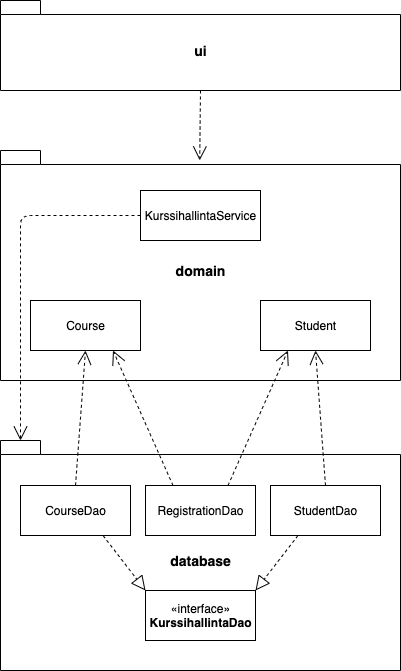
This is dokumentointi/kuvat/pakkauskaavio.png from okkokuisma/ot-harjoitustyo, a draw.io export, as it was before one commit. Source tidied: cells renumbered, new cells last; positions are measured from the earlier drawing's top-left corner, leaving out a move shared by most shapes.
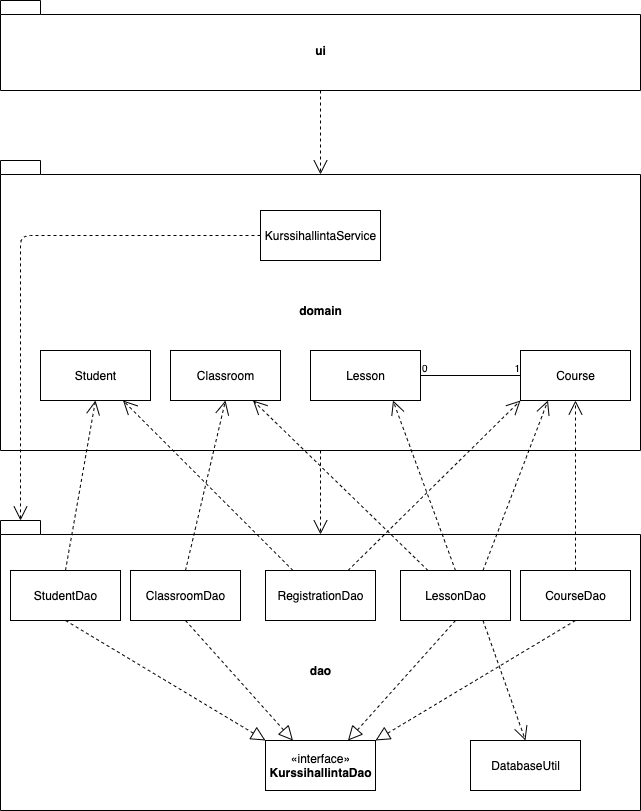
After the commit.

The edit, as a diff of the source:
```diff
@@ -2,63 +2,113 @@
   <root>
     <mxCell id="0" />
     <mxCell id="1" parent="0" />
+    <mxCell id="20" value="dao" style="shape=folder;fontStyle=1;spacingTop=10;tabWidth=40;tabHeight=14;tabPosition=left;html=1;" parent="1" vertex="1">
+      <mxGeometry x="-160" y="450" width="640" height="290" as="geometry" />
+    </mxCell>
+    <mxCell id="3" value="domain" style="shape=folder;fontStyle=1;spacingTop=10;tabWidth=40;tabHeight=14;tabPosition=left;html=1;" parent="1" vertex="1">
+      <mxGeometry x="-160" y="90" width="640" height="290" as="geometry" />
+    </mxCell>
-    <mxCell id="2" value="&lt;font style=&quot;font-size: 14px&quot;&gt;ui&lt;/font&gt;" style="shape=folder;fontStyle=1;spacingTop=10;tabWidth=40;tabHeight=14;tabPosition=left;html=1;" parent="1" vertex="1">
-      <mxGeometry width="400" height="90" as="geometry" />
+    <mxCell id="2" value="ui" style="shape=folder;fontStyle=1;spacingTop=10;tabWidth=40;tabHeight=14;tabPosition=left;html=1;" parent="1" vertex="1">
+      <mxGeometry x="-160" y="-70" width="640" height="90" as="geometry" />
     </mxCell>
-    <mxCell id="3" value="&lt;font style=&quot;font-size: 14px&quot;&gt;domain&lt;/font&gt;" style="shape=folder;fontStyle=1;spacingTop=10;tabWidth=40;tabHeight=14;tabPosition=left;html=1;" parent="1" vertex="1">
-      <mxGeometry y="150" width="400" height="230" as="geometry" />
-    </mxCell>
-    <mxCell id="4" value="&lt;font style=&quot;font-size: 14px&quot;&gt;database&lt;/font&gt;" style="shape=folder;fontStyle=1;spacingTop=10;tabWidth=40;tabHeight=14;tabPosition=left;html=1;" parent="1" vertex="1">
-      <mxGeometry y="440" width="400" height="230" as="geometry" />
-    </mxCell>
-    <mxCell id="5" value="KurssihallintaService" style="html=1;" parent="1" vertex="1">
-      <mxGeometry x="140" y="190" width="120" height="50" as="geometry" />
-    </mxCell>
-    <mxCell id="6" value="Course" style="html=1;" parent="1" vertex="1">
-      <mxGeometry x="30" y="300" width="110" height="50" as="geometry" />
-    </mxCell>
-    <mxCell id="7" value="Student" style="html=1;" parent="1" vertex="1">
-      <mxGeometry x="260" y="300" width="110" height="50" as="geometry" />
-    </mxCell>
+    <mxCell id="21" style="endArrow=open;endSize=12;dashed=1;html=1;exitX=0.5;exitY=1;exitDx=0;exitDy=0;exitPerimeter=0;entryX=0.5;entryY=0.048;entryDx=0;entryDy=0;entryPerimeter=0;" parent="1" edge="1" source="3" target="20">
+      <mxGeometry relative="1" as="geometry" />
+    </mxCell>
+    <mxCell id="12" style="endArrow=open;endSize=12;dashed=1;html=1;exitX=0.5;exitY=1;exitDx=0;exitDy=0;exitPerimeter=0;entryX=0.5;entryY=0.048;entryDx=0;entryDy=0;entryPerimeter=0;" parent="1" edge="1" source="2" target="3">
+      <mxGeometry relative="1" as="geometry" />
+    </mxCell>
+    <mxCell id="11" value="«interface»&lt;br&gt;&lt;b&gt;KurssihallintaDao&lt;/b&gt;" style="html=1;" parent="1" vertex="1">
+      <mxGeometry x="105" y="670" width="110" height="50" as="geometry" />
+    </mxCell>
+    <mxCell id="22" value="LessonDao" style="html=1;" parent="1" vertex="1">
+      <mxGeometry x="240" y="500" width="110" height="50" as="geometry" />
+    </mxCell>
     <mxCell id="8" value="CourseDao" style="html=1;" parent="1" vertex="1">
-      <mxGeometry x="20" y="485" width="110" height="50" as="geometry" />
+      <mxGeometry x="360" y="500" width="110" height="50" as="geometry" />
     </mxCell>
     <mxCell id="9" value="StudentDao" style="html=1;" parent="1" vertex="1">
-      <mxGeometry x="270" y="485" width="110" height="50" as="geometry" />
+      <mxGeometry x="-150" y="500" width="110" height="50" as="geometry" />
     </mxCell>
+    <mxCell id="23" value="ClassroomDao" style="html=1;" parent="1" vertex="1">
+      <mxGeometry x="-30" y="500" width="110" height="50" as="geometry" />
+    </mxCell>
     <mxCell id="10" value="RegistrationDao" style="html=1;" parent="1" vertex="1">
-      <mxGeometry x="145" y="485" width="110" height="50" as="geometry" />
+      <mxGeometry x="105" y="500" width="110" height="50" as="geometry" />
     </mxCell>
-    <mxCell id="11" value="«interface»&lt;br&gt;&lt;b&gt;KurssihallintaDao&lt;/b&gt;" style="html=1;" parent="1" vertex="1">
-      <mxGeometry x="145" y="590" width="110" height="50" as="geometry" />
-    </mxCell>
-    <mxCell id="12" style="endArrow=open;endSize=12;dashed=1;html=1;exitX=0.5;exitY=1;exitDx=0;exitDy=0;exitPerimeter=0;entryX=0.498;entryY=0.043;entryDx=0;entryDy=0;entryPerimeter=0;" parent="1" edge="1" source="2" target="3">
-      <mxGeometry relative="1" as="geometry" />
-    </mxCell>
-    <mxCell id="13" style="endArrow=open;endSize=12;dashed=1;html=1;exitX=0.5;exitY=0;exitDx=0;exitDy=0;entryX=0.5;entryY=1;entryDx=0;entryDy=0;" parent="1" edge="1" source="9" target="7">
-      <mxGeometry relative="1" as="geometry" />
-    </mxCell>
+    <mxCell id="18" style="endArrow=block;dashed=1;endFill=0;endSize=12;html=1;exitX=0.5;exitY=1;exitDx=0;exitDy=0;entryX=0;entryY=0;entryDx=0;entryDy=0;" parent="1" edge="1" source="9" target="11">
+      <mxGeometry relative="1" as="geometry" />
+    </mxCell>
+    <mxCell id="24" style="endArrow=block;dashed=1;endFill=0;endSize=12;html=1;exitX=0.5;exitY=1;exitDx=0;exitDy=0;entryX=0.75;entryY=0;entryDx=0;entryDy=0;" parent="1" edge="1" source="22" target="11">
+      <mxGeometry relative="1" as="geometry" />
+    </mxCell>
+    <mxCell id="25" style="endArrow=block;dashed=1;endFill=0;endSize=12;html=1;exitX=0.5;exitY=1;exitDx=0;exitDy=0;entryX=0.25;entryY=0;entryDx=0;entryDy=0;" parent="1" edge="1" source="23" target="11">
+      <mxGeometry relative="1" as="geometry" />
+    </mxCell>
+    <mxCell id="17" style="endArrow=block;dashed=1;endFill=0;endSize=12;html=1;exitX=0.5;exitY=1;exitDx=0;exitDy=0;entryX=1;entryY=0;entryDx=0;entryDy=0;" parent="1" edge="1" source="8" target="11">
+      <mxGeometry relative="1" as="geometry" />
+    </mxCell>
+    <mxCell id="6" value="Course" style="html=1;" parent="1" vertex="1">
+      <mxGeometry x="360" y="280" width="110" height="50" as="geometry" />
+    </mxCell>
+    <mxCell id="26" value="Classroom" style="html=1;" parent="1" vertex="1">
+      <mxGeometry x="10" y="280" width="110" height="50" as="geometry" />
+    </mxCell>
+    <mxCell id="7" value="Student" style="html=1;" parent="1" vertex="1">
+      <mxGeometry x="-120" y="280" width="110" height="50" as="geometry" />
+    </mxCell>
+    <mxCell id="27" value="Lesson" style="html=1;" parent="1" vertex="1">
+      <mxGeometry x="150" y="280" width="110" height="50" as="geometry" />
+    </mxCell>
+    <mxCell id="5" value="KurssihallintaService" style="html=1;" parent="1" vertex="1">
+      <mxGeometry x="100" y="140" width="120" height="50" as="geometry" />
+    </mxCell>
+    <mxCell id="28" style="endArrow=none;html=1;edgeStyle=orthogonalEdgeStyle;entryX=0;entryY=0.5;entryDx=0;entryDy=0;" parent="1" edge="1" target="6">
+      <mxGeometry relative="1" as="geometry">
+        <mxPoint x="260" y="305" as="sourcePoint" />
+      </mxGeometry>
+    </mxCell>
+    <mxCell id="29" value="0" style="html=1;align=left;verticalAlign=bottom;labelBackgroundColor=#ffffff;fontSize=10;" parent="28" vertex="1">
+      <mxGeometry x="-1" relative="1" as="geometry" />
+    </mxCell>
+    <mxCell id="30" value="1" style="html=1;align=right;verticalAlign=bottom;labelBackgroundColor=#ffffff;fontSize=10;" parent="28" vertex="1">
+      <mxGeometry x="1" relative="1" as="geometry" />
+    </mxCell>
-    <mxCell id="14" style="endArrow=open;endSize=12;dashed=1;html=1;exitX=0.5;exitY=0;exitDx=0;exitDy=0;entryX=0.5;entryY=1;entryDx=0;entryDy=0;" parent="1" edge="1" source="8" target="6">
+    <mxCell id="14" style="endArrow=open;endSize=12;dashed=1;html=1;entryX=0.5;entryY=1;entryDx=0;entryDy=0;exitX=0.5;exitY=0;exitDx=0;exitDy=0;" parent="1" edge="1" source="8" target="6">
       <mxGeometry relative="1" as="geometry" />
     </mxCell>
-    <mxCell id="15" style="endArrow=open;endSize=12;dashed=1;html=1;exitX=0.25;exitY=0;exitDx=0;exitDy=0;entryX=0.75;entryY=1;entryDx=0;entryDy=0;" parent="1" edge="1" source="10" target="6">
+    <mxCell id="15" style="endArrow=open;endSize=12;dashed=1;html=1;entryX=0;entryY=1;entryDx=0;entryDy=0;exitX=0.75;exitY=0;exitDx=0;exitDy=0;" parent="1" edge="1" source="10" target="6">
       <mxGeometry relative="1" as="geometry" />
     </mxCell>
+    <mxCell id="31" style="endArrow=open;endSize=12;dashed=1;html=1;exitX=0.5;exitY=0;exitDx=0;exitDy=0;entryX=0.75;entryY=1;entryDx=0;entryDy=0;" parent="1" edge="1" source="22" target="27">
+      <mxGeometry relative="1" as="geometry" />
+    </mxCell>
+    <mxCell id="32" style="endArrow=open;endSize=12;dashed=1;html=1;entryX=0.25;entryY=1;entryDx=0;entryDy=0;exitX=0.75;exitY=0;exitDx=0;exitDy=0;" parent="1" edge="1" source="22" target="6">
+      <mxGeometry relative="1" as="geometry" />
+    </mxCell>
+    <mxCell id="33" style="endArrow=open;endSize=12;dashed=1;html=1;entryX=0.75;entryY=1;entryDx=0;entryDy=0;exitX=0.25;exitY=0;exitDx=0;exitDy=0;" parent="1" edge="1" source="22" target="26">
+      <mxGeometry relative="1" as="geometry" />
+    </mxCell>
+    <mxCell id="34" style="endArrow=open;endSize=12;dashed=1;html=1;entryX=0.5;entryY=1;entryDx=0;entryDy=0;exitX=0.5;exitY=0;exitDx=0;exitDy=0;" parent="1" edge="1" source="23" target="26">
+      <mxGeometry relative="1" as="geometry" />
+    </mxCell>
-    <mxCell id="16" style="endArrow=open;endSize=12;dashed=1;html=1;exitX=0.75;exitY=0;exitDx=0;exitDy=0;entryX=0.25;entryY=1;entryDx=0;entryDy=0;" parent="1" edge="1" source="10" target="7">
+    <mxCell id="16" style="endArrow=open;endSize=12;dashed=1;html=1;exitX=0.25;exitY=0;exitDx=0;exitDy=0;entryX=0.75;entryY=1;entryDx=0;entryDy=0;" parent="1" edge="1" source="10" target="7">
       <mxGeometry relative="1" as="geometry" />
     </mxCell>
-    <mxCell id="17" style="endArrow=block;dashed=1;endFill=0;endSize=12;html=1;entryX=0;entryY=0;entryDx=0;entryDy=0;exitX=0.75;exitY=1;exitDx=0;exitDy=0;" parent="1" edge="1" source="8" target="11">
-      <mxGeometry relative="1" as="geometry" />
-    </mxCell>
-    <mxCell id="18" style="endArrow=block;dashed=1;endFill=0;endSize=12;html=1;entryX=1;entryY=0;entryDx=0;entryDy=0;exitX=0.25;exitY=1;exitDx=0;exitDy=0;" parent="1" edge="1" source="9" target="11">
-      <mxGeometry relative="1" as="geometry" />
-    </mxCell>
-    <mxCell id="19" style="endArrow=open;endSize=12;dashed=1;html=1;exitX=0;exitY=0.5;exitDx=0;exitDy=0;entryX=0;entryY=0;entryDx=20;entryDy=0;entryPerimeter=0;" parent="1" edge="1" source="5" target="4">
-      <mxGeometry relative="1" as="geometry">
-        <Array as="points">
-          <mxPoint x="20" y="215" />
-        </Array>
-      </mxGeometry>
-    </mxCell>
+    <mxCell id="13" style="endArrow=open;endSize=12;dashed=1;html=1;entryX=0.5;entryY=1;entryDx=0;entryDy=0;exitX=0.5;exitY=0;exitDx=0;exitDy=0;" parent="1" edge="1" source="9" target="7">
+      <mxGeometry relative="1" as="geometry" />
+    </mxCell>
+    <mxCell id="35" style="endArrow=open;endSize=12;dashed=1;html=1;exitX=0;exitY=0.5;exitDx=0;exitDy=0;entryX=0;entryY=0;entryDx=20;entryDy=0;entryPerimeter=0;" parent="1" edge="1" source="5" target="20">
+      <mxGeometry relative="1" as="geometry">
+        <Array as="points">
+          <mxPoint x="-140" y="165" />
+        </Array>
+      </mxGeometry>
+    </mxCell>
+    <mxCell id="36" value="DatabaseUtil" style="html=1;" parent="1" vertex="1">
+      <mxGeometry x="310" y="670" width="110" height="50" as="geometry" />
+    </mxCell>
+    <mxCell id="37" style="endArrow=open;endSize=12;dashed=1;html=1;entryX=0.5;entryY=0;entryDx=0;entryDy=0;exitX=0.75;exitY=1;exitDx=0;exitDy=0;" parent="1" edge="1" source="22" target="36">
+      <mxGeometry relative="1" as="geometry" />
+    </mxCell>
   </root>
 </mxGraphModel>
```
